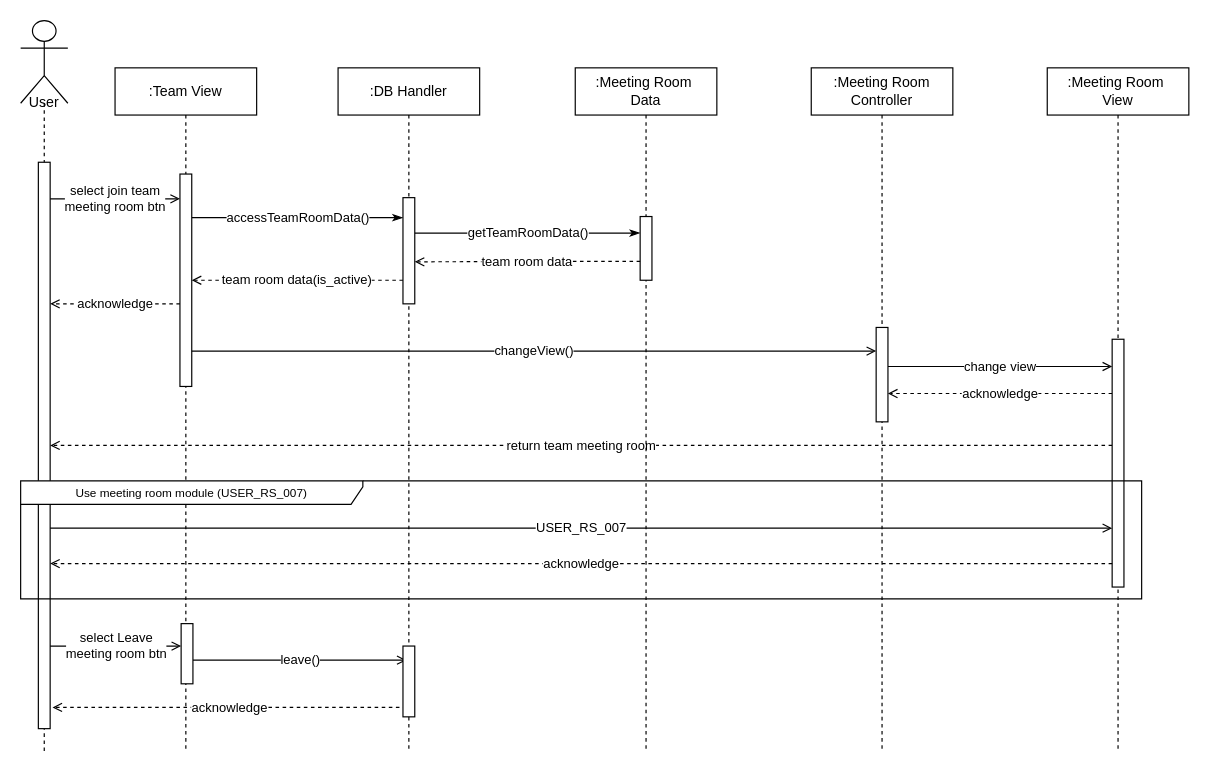
This is SD2-2.drawio from ONFFLine/Diagram, a draw.io file, before an edit. Source tidied: cells renumbered, new cells numbered last; positions are measured from the earlier drawing's top-left corner, leaving out a move shared by most shapes. Both pictures are drawn from the tidied source at 118%, with x=0, y=0 at pixel (20, 20).
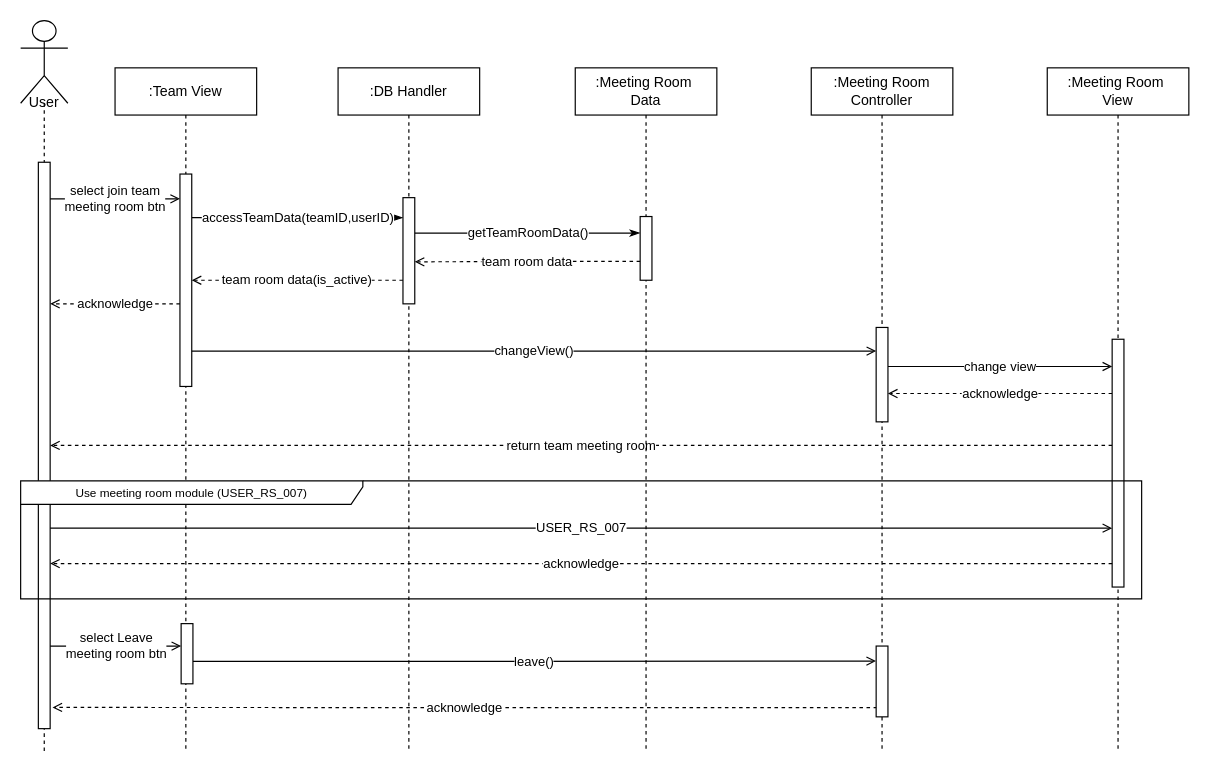
After the change.

Unchanged cells that the change refers to:
```xml
<mxCell id="14" style="html=1;points=[];perimeter=orthogonalPerimeter;" parent="1" vertex="1">
  <mxGeometry x="136" y="511" width="10" height="51" as="geometry" />
</mxCell>
```

Change to the diagram source:
```diff
@@
-    <mxCell id="13" value="leave()" style="edgeStyle=orthogonalEdgeStyle;rounded=0;jettySize=auto;html=1;endArrow=open;endFill=0;" parent="1" edge="1" source="14">
+    <mxCell id="13" value="leave()" style="edgeStyle=orthogonalEdgeStyle;rounded=0;jettySize=auto;html=1;endArrow=open;endFill=0;entryX=-0.014;entryY=0.212;entryDx=0;entryDy=0;entryPerimeter=0;" parent="1" edge="1" source="14" target="32">
       <mxGeometry relative="1" as="geometry">
-        <mxPoint x="327" y="542" as="targetPoint" />
         <Array as="points">
-          <mxPoint x="192" y="542" />
-          <mxPoint x="192" y="542" />
+          <mxPoint x="290" y="543" />
+          <mxPoint x="290" y="543" />
         </Array>
       </mxGeometry>
     </mxCell>
@@
-    <mxCell id="17" value="acknowledge" style="edgeStyle=orthogonalEdgeStyle;rounded=0;orthogonalLoop=1;jettySize=auto;html=1;endArrow=open;endFill=0;dashed=1;" parent="1" edge="1">
+    <mxCell id="17" value="acknowledge" style="edgeStyle=orthogonalEdgeStyle;rounded=0;jettySize=auto;html=1;endArrow=open;endFill=0;dashed=1;exitX=0.083;exitY=0.87;exitDx=0;exitDy=0;exitPerimeter=0;" parent="1" edge="1" source="32">
       <mxGeometry relative="1" as="geometry">
-        <mxPoint x="327" y="582" as="sourcePoint" />
         <mxPoint x="27" y="582" as="targetPoint" />
-        <Array as="points">
-          <mxPoint x="172" y="582" />
-          <mxPoint x="172" y="582" />
-        </Array>
       </mxGeometry>
     </mxCell>
-    <mxCell id="18" value="accessTeamRoomData()" style="edgeStyle=orthogonalEdgeStyle;rounded=0;orthogonalLoop=1;jettySize=auto;html=1;endArrow=classicThin;endFill=1;" parent="1" edge="1">
+    <mxCell id="18" value="accessTeamData(teamID,userID)" style="edgeStyle=orthogonalEdgeStyle;rounded=0;orthogonalLoop=1;jettySize=auto;html=1;endArrow=classicThin;endFill=1;" parent="1" edge="1">
       <mxGeometry relative="1" as="geometry">
         <mxPoint x="145" y="167" as="sourcePoint" />
         <mxPoint x="324" y="167" as="targetPoint" />
         <Array as="points">
           <mxPoint x="230" y="167" />
           <mxPoint x="230" y="167" />
         </Array>
       </mxGeometry>
     </mxCell>
@@
     <mxCell id="32" style="html=1;points=[];perimeter=orthogonalPerimeter;" parent="1" vertex="1">
-      <mxGeometry x="324" y="530" width="10" height="60" as="geometry" />
+      <mxGeometry x="725" y="530" width="10" height="60" as="geometry" />
     </mxCell>
```
